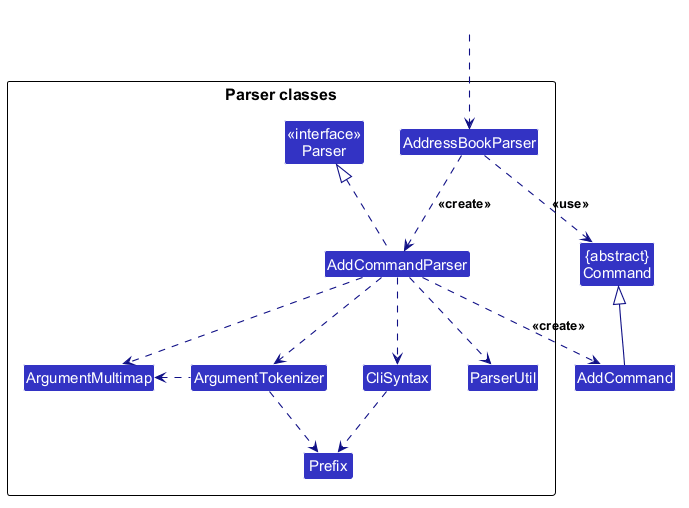
Earlier version of the PlantUML export docs/images/ParserClasses.png (liownahum/tp).
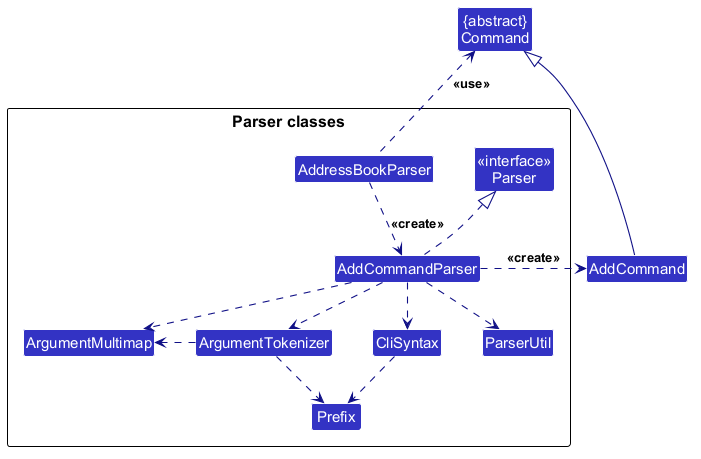
The same file after the commit.

Diff of the diagram source:
```diff
@@ -3,6 +3,9 @@
 skinparam arrowThickness 1.1
 skinparam arrowColor LOGIC_COLOR_T4
 skinparam classBackgroundColor LOGIC_COLOR
+skinparam nodesep 40
+skinparam ranksep 45
+skinparam packagePadding 25
 
 Class "{abstract}\nCommand" as Command
 Class AddCommand
@@ -18,13 +21,10 @@
 Class Prefix
 }
 
-Class HiddenOutside #FFFFFF
-HiddenOutside ..> AddressBookParser
-
 AddressBookParser .down.> AddCommandParser : <<create>>
 
-AddCommandParser ..> AddCommand : <<create>>
-AddressBookParser ..> Command : <<use>>
+AddCommandParser .right.> AddCommand : <<create>>
+AddressBookParser .up.> Command : <<use>>
 AddCommandParser .up.|> Parser
 AddCommandParser ..> ArgumentMultimap
 AddCommandParser ..> ArgumentTokenizer
```
